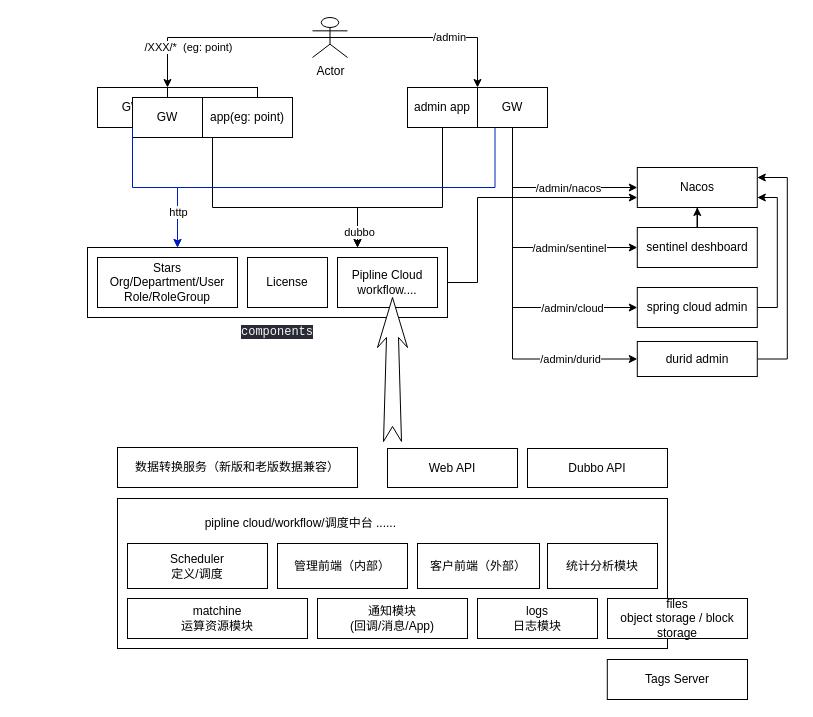
Earlier version of the draw.io diagram docs/framework.drawio (nnsay/javalearn). Source tidied: cells renumbered, new cells numbered last; positions are measured from the earlier drawing's top-left corner, leaving out a move shared by most shapes. Both pictures are drawn from the tidied source at 100%, with x=0, y=0 at pixel (17, 17).
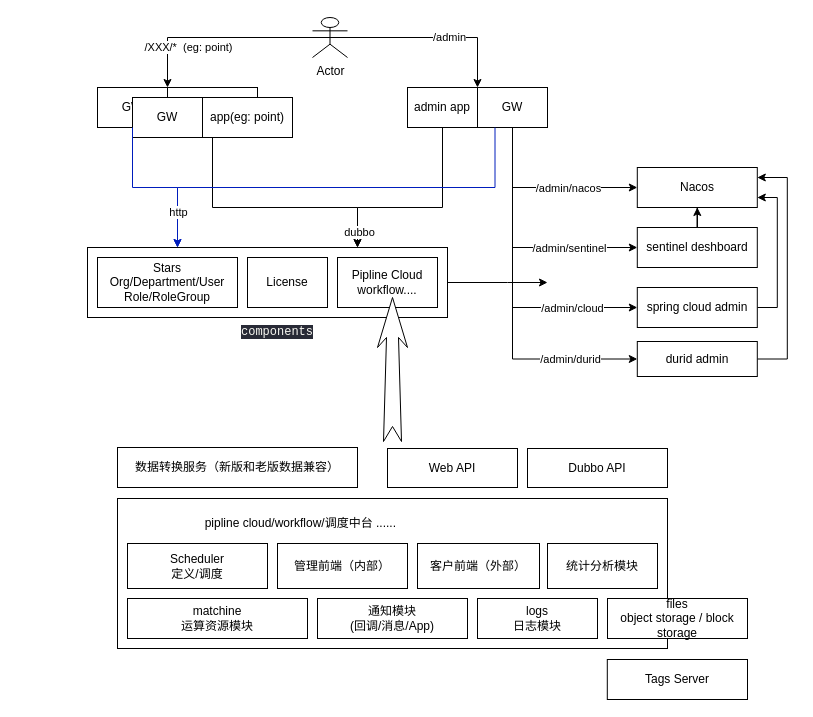
The same diagram, later.

The change refers to these unchanged cells:
```xml
<mxCell id="2" value="Nacos" style="rounded=0;whiteSpace=wrap;html=1;" parent="1" vertex="1">
  <mxGeometry x="619.8" y="150" width="120" height="40" as="geometry" />
</mxCell>
<mxCell id="34" style="rounded=0;whiteSpace=wrap;html=1;" parent="33" vertex="1">
  <mxGeometry width="360" height="70" as="geometry" />
</mxCell>
```

Diff of the diagram source:
```diff
@@
-    <mxCell id="43" style="edgeStyle=orthogonalEdgeStyle;rounded=0;jettySize=auto;html=1;exitX=1;exitY=0.5;exitDx=0;exitDy=0;entryX=0;entryY=0.75;entryDx=0;entryDy=0;" parent="1" edge="1" source="34" target="2">
+    <mxCell id="43" style="edgeStyle=orthogonalEdgeStyle;rounded=0;jettySize=auto;html=1;exitX=1;exitY=0.5;exitDx=0;exitDy=0;" parent="1" edge="1" source="34">
       <mxGeometry relative="1" as="geometry">
+        <mxPoint x="530" y="265" as="targetPoint" />
         <Array as="points">
-          <mxPoint x="460" y="265" />
-          <mxPoint x="460" y="180" />
+          <mxPoint x="490" y="265" />
+          <mxPoint x="490" y="265" />
         </Array>
       </mxGeometry>
     </mxCell>
```
